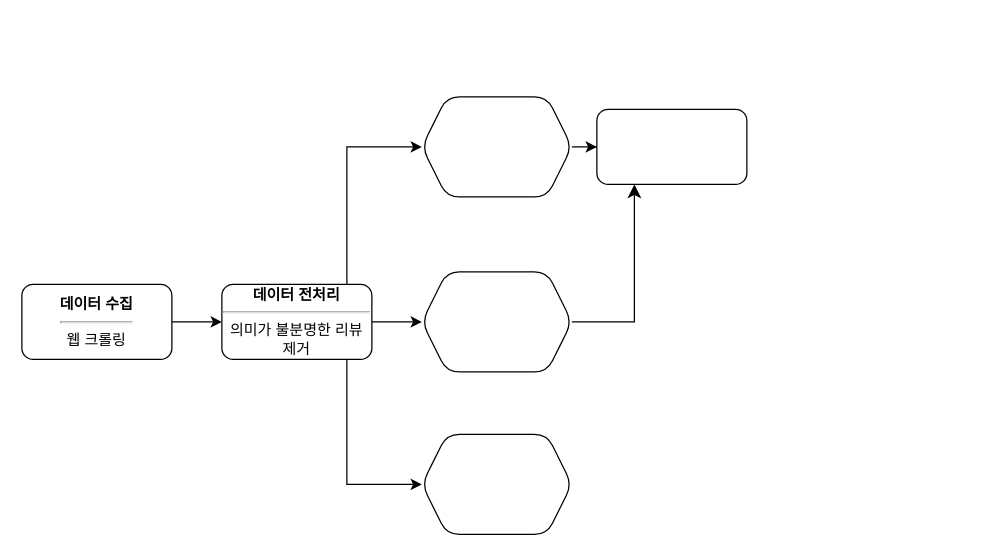
kamate867/Business-Project keeps this draw.io diagram as 제목 없는 다이어그램.drawio. Above is the earlier version. Source tidied: cells renumbered, new cells numbered last; positions are measured from the earlier drawing's top-left corner, leaving out a move shared by most shapes. Both pictures are drawn from the tidied source at 125%, with x=0, y=0 at pixel (21, 96).
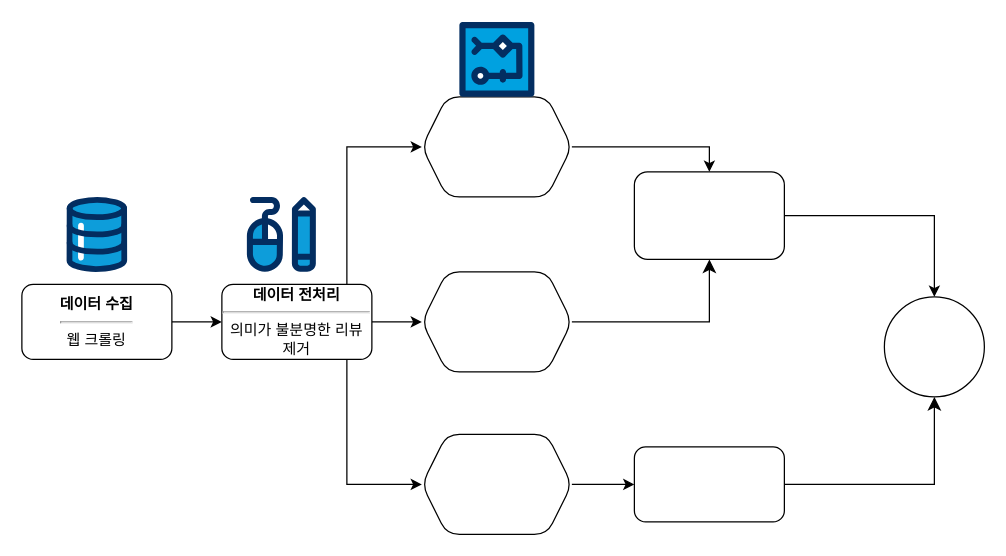
Above is the later version.

Commit message (it also covers changes not shown here):
제목 없는 다이어그램.drawio 업데이트

The change refers to these unchanged cells:
```xml
<mxCell id="9" style="shape=hexagon;perimeter=hexagonPerimeter2;whiteSpace=wrap;html=1;fixedSize=1;rounded=1;" parent="1" vertex="1">
  <mxGeometry x="320" width="120" height="80" as="geometry" />
</mxCell>
<mxCell id="10" style="shape=hexagon;perimeter=hexagonPerimeter2;whiteSpace=wrap;html=1;fixedSize=1;rounded=1;direction=west;" parent="1" vertex="1">
  <mxGeometry x="320" y="140" width="120" height="80" as="geometry" />
</mxCell>
<mxCell id="11" style="shape=hexagon;perimeter=hexagonPerimeter2;whiteSpace=wrap;html=1;fixedSize=1;rounded=1;" parent="1" vertex="1">
  <mxGeometry x="320" y="270" width="120" height="80" as="geometry" />
</mxCell>
```

What changed in the source:
```diff
@@
     <mxCell id="8" style="edgeStyle=orthogonalEdgeStyle;rounded=0;jettySize=auto;html=1;" parent="1" edge="1" source="9" target="12">
-      <mxGeometry relative="1" as="geometry" />
+      <mxGeometry relative="1" as="geometry">
+        <Array as="points">
+          <mxPoint x="550" y="40" />
+        </Array>
+      </mxGeometry>
     </mxCell>
@@
+    <mxCell id="15" style="edgeStyle=orthogonalEdgeStyle;rounded=0;jettySize=auto;html=1;" parent="1" edge="1" source="11" target="17">
+      <mxGeometry relative="1" as="geometry" />
+    </mxCell>
@@
+    <mxCell id="16" style="edgeStyle=orthogonalEdgeStyle;rounded=0;jettySize=auto;html=1;" parent="1" edge="1" source="12" target="19">
+      <mxGeometry relative="1" as="geometry" />
+    </mxCell>
     <mxCell id="12" style="whiteSpace=wrap;html=1;rounded=1;" parent="1" vertex="1">
-      <mxGeometry x="460" y="10" width="120" height="60" as="geometry" />
+      <mxGeometry x="490" y="60" width="120" height="70" as="geometry" />
     </mxCell>
-    <mxCell id="13" style="edgeStyle=segmentEdgeStyle;endArrow=classic;html=1;curved=0;rounded=0;endSize=8;startSize=8;entryX=0.25;entryY=1;entryDx=0;entryDy=0;exitX=0;exitY=0.5;exitDx=0;exitDy=0;" parent="1" edge="1" source="10" target="12">
-      <mxGeometry relative="1" as="geometry">
-        <Array as="points">
-          <mxPoint x="490" y="180" />
-        </Array>
-      </mxGeometry>
-    </mxCell>
@@
+    <mxCell id="17" style="whiteSpace=wrap;html=1;rounded=1;" parent="1" vertex="1">
+      <mxGeometry x="490" y="280" width="120" height="60" as="geometry" />
+    </mxCell>
+    <mxCell id="18" style="edgeStyle=segmentEdgeStyle;endArrow=classic;html=1;curved=0;rounded=0;endSize=8;startSize=8;" parent="1" edge="1">
+      <mxGeometry relative="1" as="geometry">
+        <mxPoint x="440" y="180" as="sourcePoint" />
+        <mxPoint x="550" y="130" as="targetPoint" />
+        <Array as="points">
+          <mxPoint x="550" y="180" />
+          <mxPoint x="550" y="130" />
+        </Array>
+      </mxGeometry>
+    </mxCell>
+    <mxCell id="19" style="ellipse;whiteSpace=wrap;html=1;rounded=1;" parent="1" vertex="1">
+      <mxGeometry x="690" y="160" width="80" height="80" as="geometry" />
+    </mxCell>
+    <mxCell id="20" style="edgeStyle=segmentEdgeStyle;endArrow=classic;html=1;curved=0;rounded=0;endSize=8;startSize=8;entryX=0.5;entryY=1;entryDx=0;entryDy=0;" parent="1" edge="1" target="19">
+      <mxGeometry relative="1" as="geometry">
+        <mxPoint x="610" y="310" as="sourcePoint" />
+        <Array as="points">
+          <mxPoint x="730" y="310" />
+        </Array>
+      </mxGeometry>
+    </mxCell>
+    <mxCell id="21" style="verticalLabelPosition=bottom;html=1;shape=mxgraph.salesforce.data;" parent="1" vertex="1">
+      <mxGeometry x="35.7" y="80" width="48.6" height="60" as="geometry" />
+    </mxCell>
+    <mxCell id="22" style="verticalLabelPosition=bottom;html=1;shape=mxgraph.salesforce.builders;" parent="1" vertex="1">
+      <mxGeometry x="180" y="80" width="55.2" height="60" as="geometry" />
+    </mxCell>
+    <mxCell id="23" style="verticalLabelPosition=bottom;html=1;shape=mxgraph.salesforce.workflow;" parent="1" vertex="1">
+      <mxGeometry x="350" y="-60" width="60" height="60" as="geometry" />
+    </mxCell>
```
